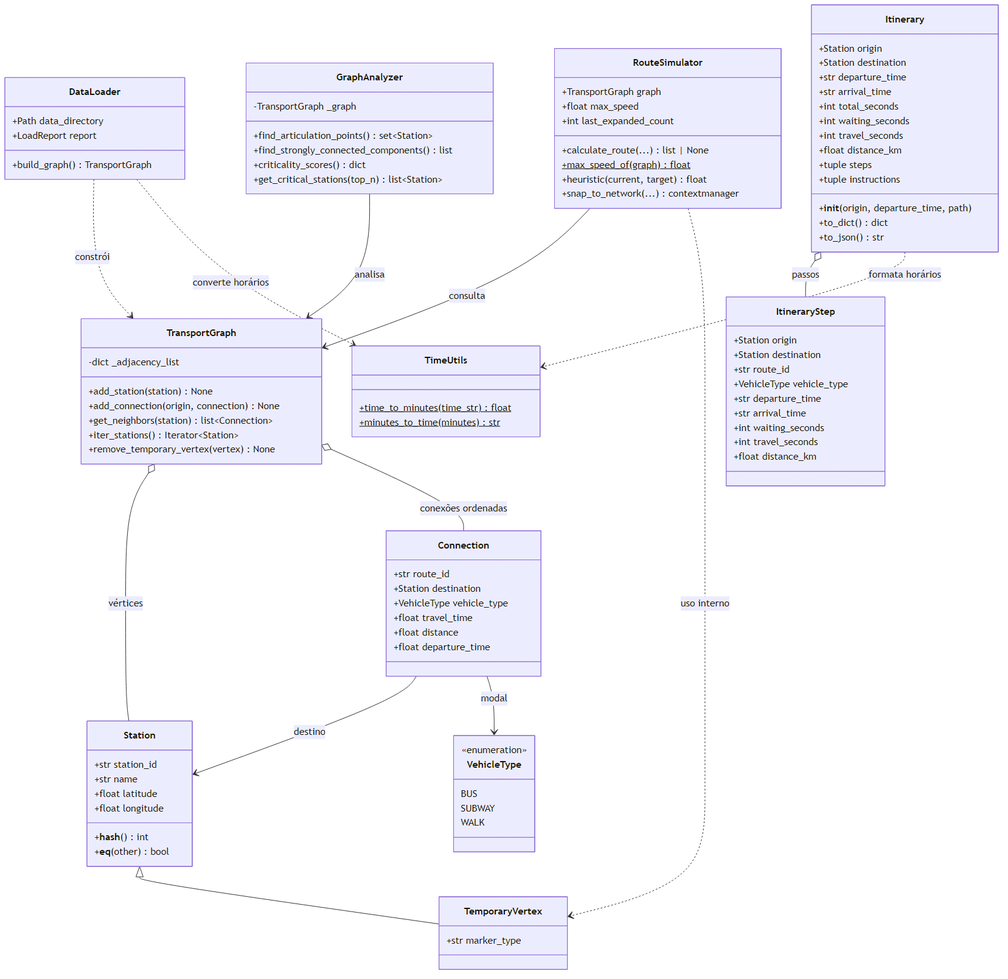
Earlier version of the Mermaid export entregas/etapa-1-modelagem-e-planejamento/diagramas-renderizados/diagrama-classes-01.png (Luizfmaia10-dev/TP-Grafos). Its source is kept beside it as docs/diagrams/source/diagrama-classes-01.mmd.
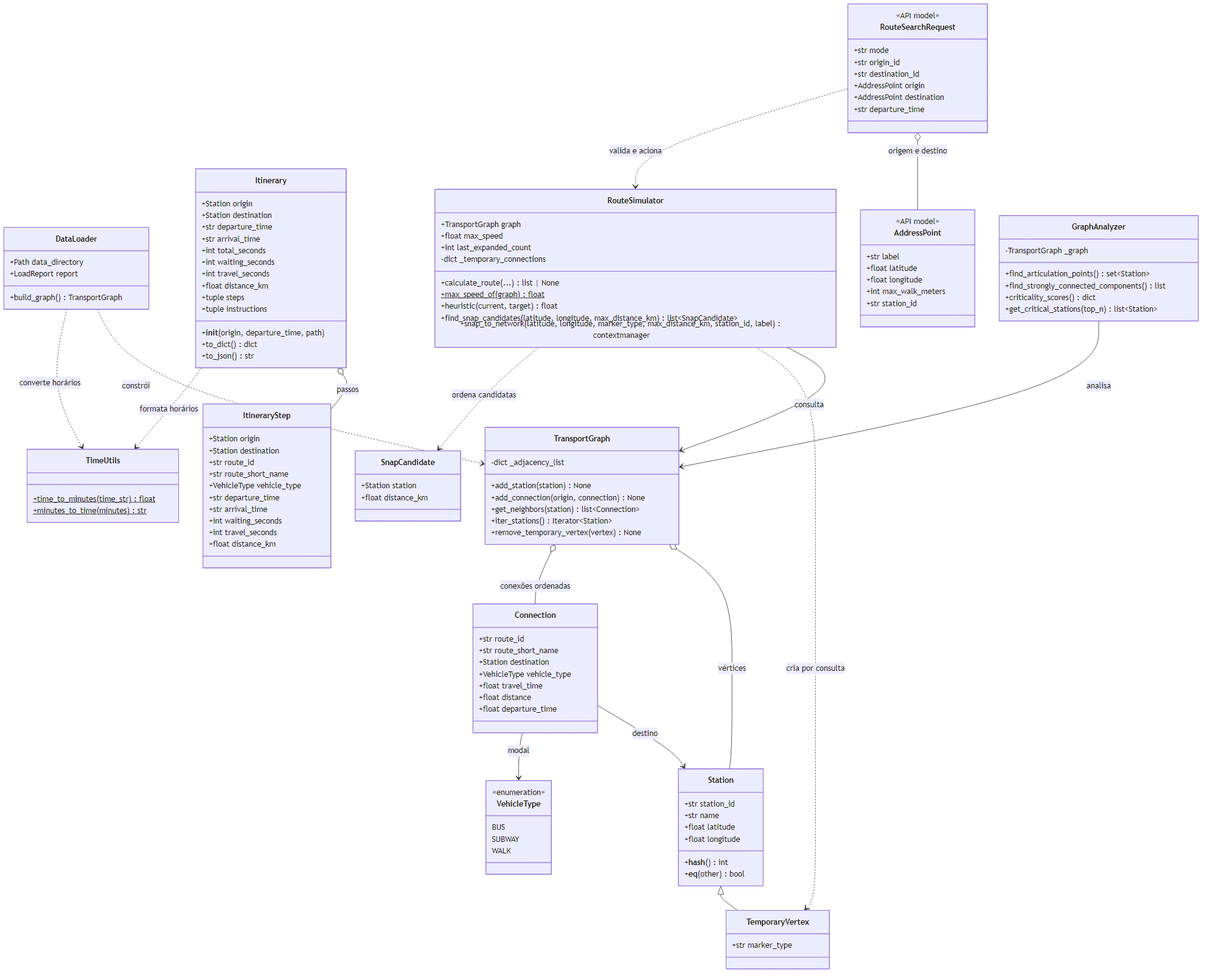
The same diagram one commit later.

Diff of the diagram source:
```diff
@@ -18,6 +18,7 @@
     }
     class Connection {
         +str route_id
+        +str route_short_name
         +Station destination
         +VehicleType vehicle_type
         +float travel_time
@@ -56,6 +57,7 @@
         +Station origin
         +Station destination
         +str route_id
+        +str route_short_name
         +VehicleType vehicle_type
         +str departure_time
         +str arrival_time
@@ -71,10 +73,33 @@
         +TransportGraph graph
         +float max_speed
         +int last_expanded_count
+        -dict _temporary_connections
         +calculate_route(...) list | None
         +max_speed_of(graph)$ float
         +heuristic(current, target) float
-        +snap_to_network(...) contextmanager
+        +find_snap_candidates(latitude, longitude, max_distance_km) list~SnapCandidate~
+        +snap_to_network(latitude, longitude, marker_type, max_distance_km, station_id, label) contextmanager
+    }
+    class SnapCandidate {
+        +Station station
+        +float distance_km
+    }
+    class AddressPoint {
+        <<API model>>
+        +str label
+        +float latitude
+        +float longitude
+        +int max_walk_meters
+        +str station_id
+    }
+    class RouteSearchRequest {
+        <<API model>>
+        +str mode
+        +str origin_id
+        +str destination_id
+        +AddressPoint origin
+        +AddressPoint destination
+        +str departure_time
     }
     class GraphAnalyzer {
         -TransportGraph _graph
@@ -91,7 +116,10 @@
     DataLoader ..> TransportGraph : constrói
     DataLoader ..> TimeUtils : converte horários
     RouteSimulator --> TransportGraph : consulta
-    RouteSimulator ..> TemporaryVertex : uso interno
+    RouteSimulator ..> TemporaryVertex : cria por consulta
+    RouteSimulator ..> SnapCandidate : ordena candidatas
+    RouteSearchRequest o-- AddressPoint : origem e destino
+    RouteSearchRequest ..> RouteSimulator : valida e aciona
     GraphAnalyzer --> TransportGraph : analisa
     Itinerary o-- ItineraryStep : passos
     Itinerary ..> TimeUtils : formata horários
```
